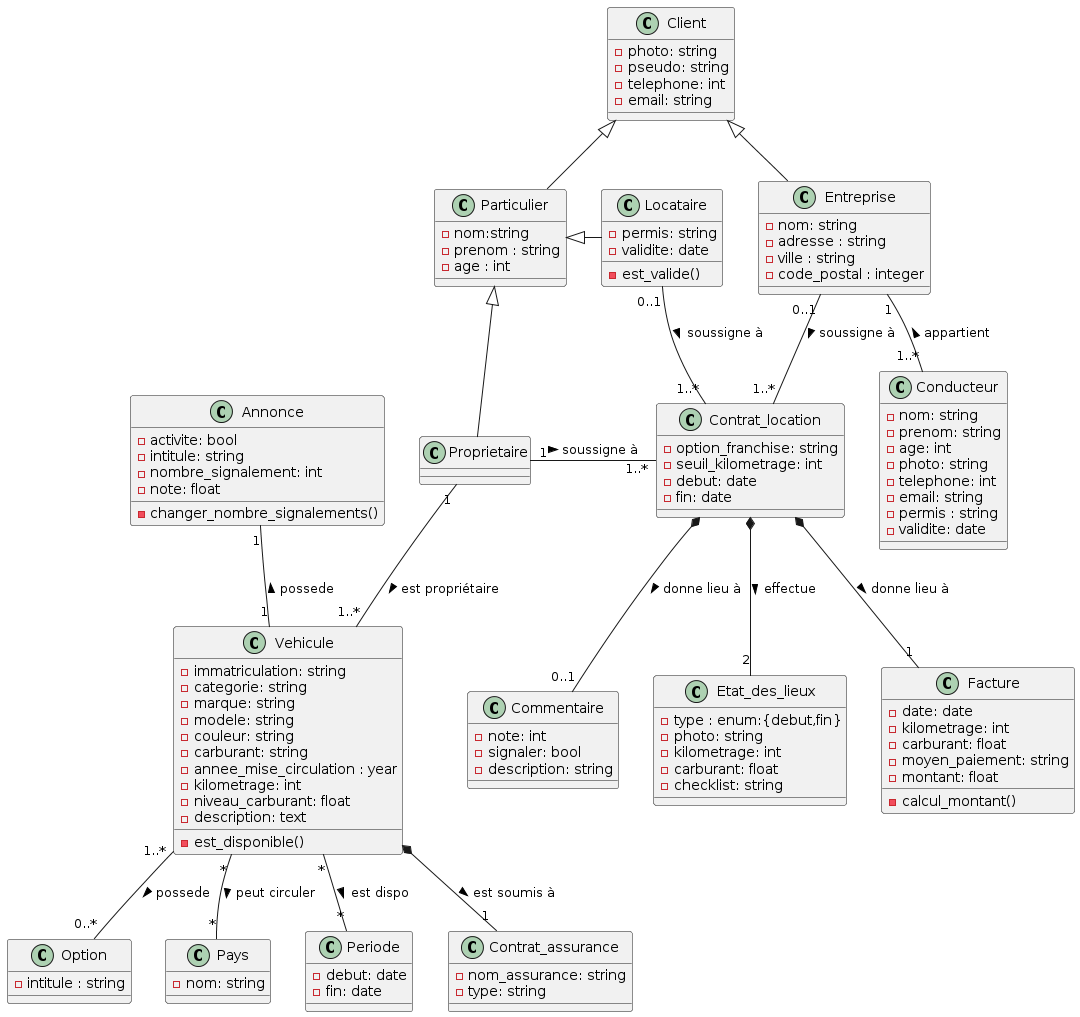
This is UML_D5_G4.png from yicongl1/V-hiculePartag-, a PlantUML export, as it was before one commit.
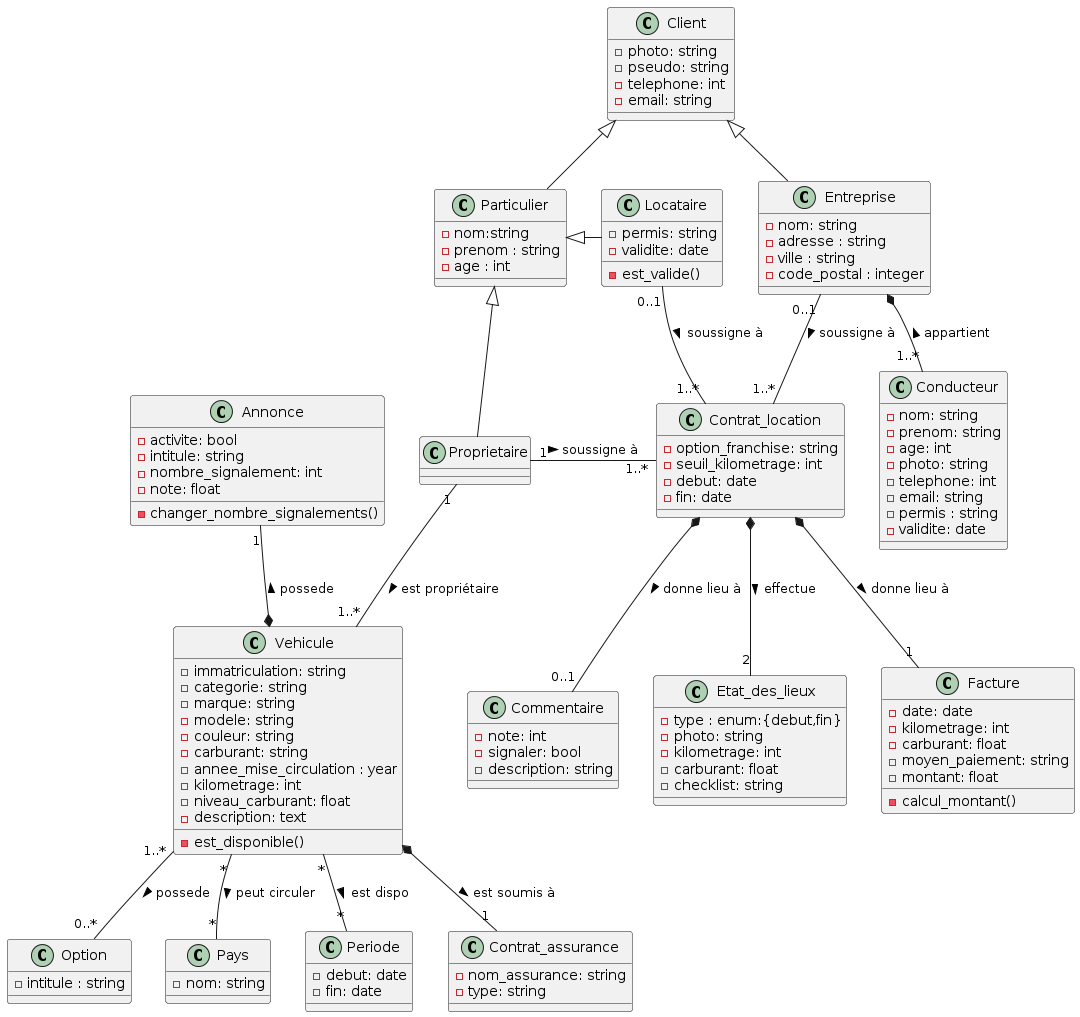
Above is the later version.

The edit, as a diff of the source:
```diff
@@ -111,7 +111,7 @@
 
 
 Client <|-- Entreprise
-Entreprise "1" -- "1..*" Conducteur : appartient <
+Entreprise *-- "1..*" Conducteur : appartient <
 Client <|-- Particulier
 Particulier <|- Locataire
 Particulier <|-- Proprietaire
@@ -126,5 +126,5 @@
 Contrat_location  *-- "1" Facture : donne lieu à >
 Contrat_location *-- "2" Etat_des_lieux : effectue >
 Contrat_location *-- "0..1" Commentaire : donne lieu à >
-Annonce "1" -- "1" Vehicule : possede <
+Annonce "1" --* Vehicule : possede <
 @enduml
```
